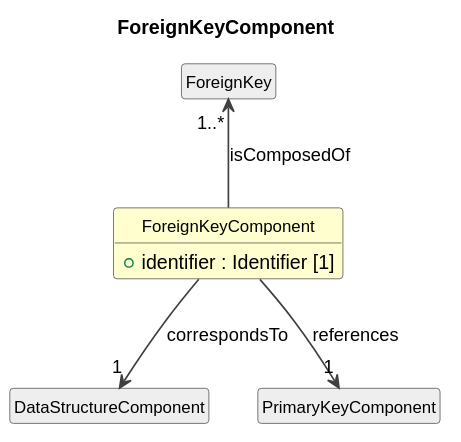
Above: cdif-uml-model/CDIFDataStructure/Classes/ForeignKeyComponent.svg in Cross-Domain-Interoperability-Framework/metadataBuildingBlocks (PlantUML), before the change. Source of this version:
```plantuml
@startuml
title ForeignKeyComponent
hide circle
hide empty members
skinparam shadowing false
skinparam ArrowThickness 1.2
skinparam class {
  ArrowColor #404040
  BorderColor #404040
  FontSize 12
}

class "ForeignKeyComponent" as ForeignKeyComponent #FEFECE {
  +identifier : Identifier [1]
}
class "ForeignKey" as ForeignKey #EEEEEE
ForeignKey "1..*" <-- ForeignKeyComponent : isComposedOf
class "DataStructureComponent" as DataStructureComponent #EEEEEE
ForeignKeyComponent --> "1" DataStructureComponent : correspondsTo
class "PrimaryKeyComponent" as PrimaryKeyComponent #EEEEEE
ForeignKeyComponent --> "1" PrimaryKeyComponent : references
@enduml
```
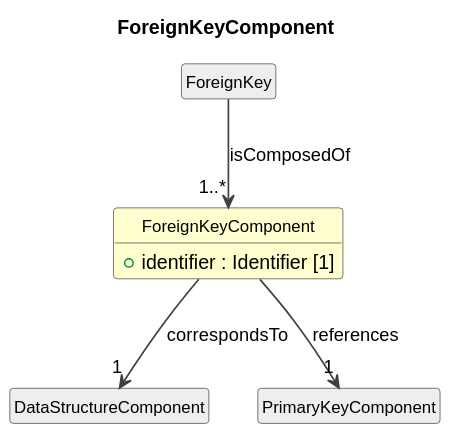
Above is the later version.

The edit, as a diff of the source:
```diff
@@ -14,7 +14,7 @@
   +identifier : Identifier [1]
 }
 class "ForeignKey" as ForeignKey #EEEEEE
-ForeignKey "1..*" <-- ForeignKeyComponent : isComposedOf
+ForeignKey --> "1..*" ForeignKeyComponent : isComposedOf
 class "DataStructureComponent" as DataStructureComponent #EEEEEE
 ForeignKeyComponent --> "1" DataStructureComponent : correspondsTo
 class "PrimaryKeyComponent" as PrimaryKeyComponent #EEEEEE
```
